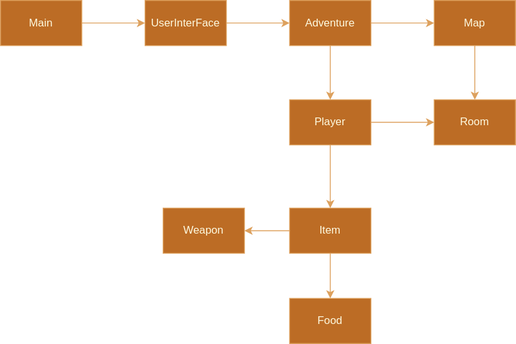
juch0001/Adventure keeps this draw.io diagram as docs/diagrammer.svg. Above is the earlier version. Source tidied: cells renumbered, new cells last; positions are measured from the earlier drawing's top-left corner, leaving out a move shared by most shapes.
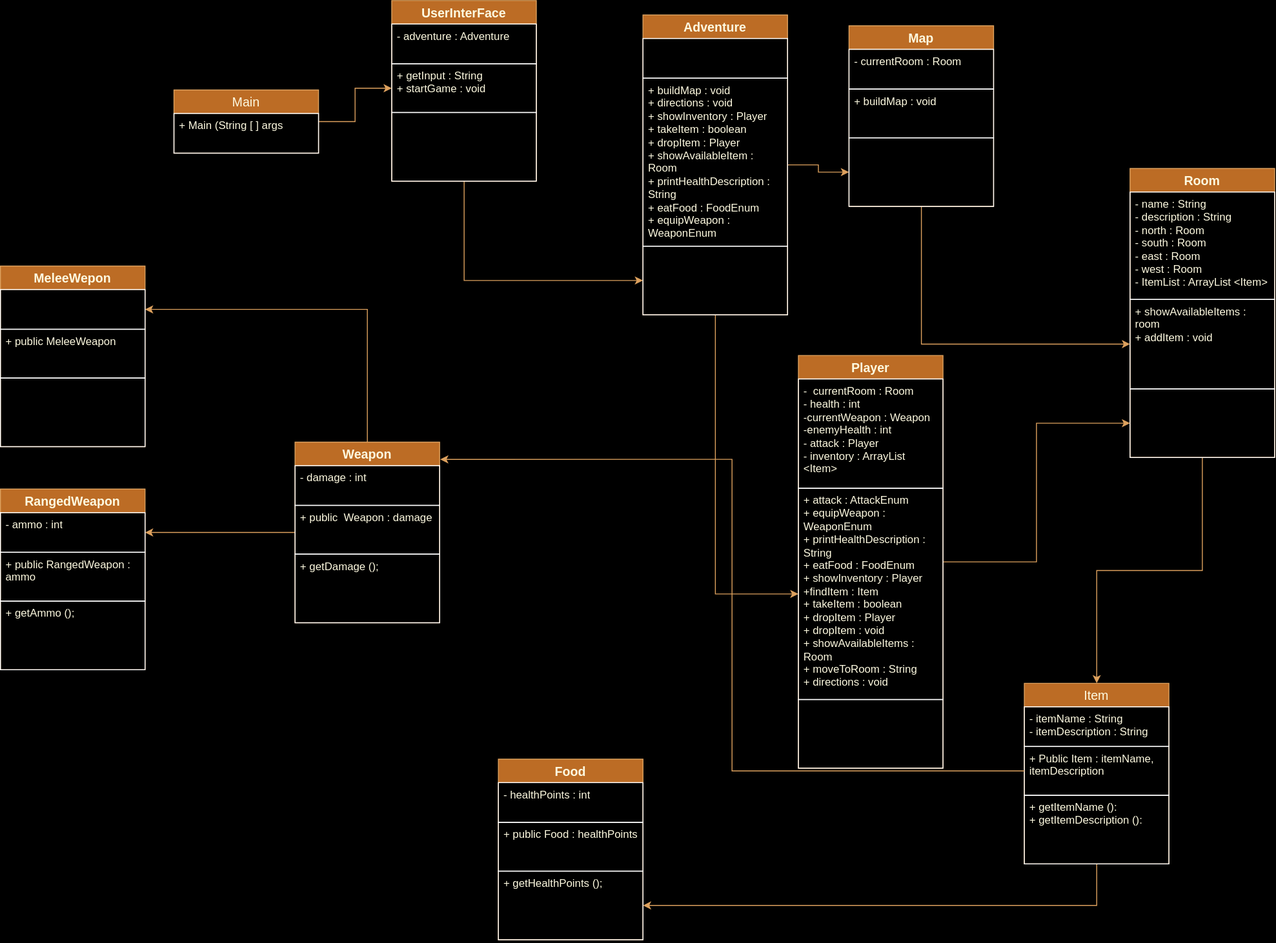
Later version of the same file.

The edit, as a diff of the source:
```diff
@@ -1,60 +1,165 @@
-<mxGraphModel>
+<mxGraphModel background="#000000">
   <root>
     <mxCell id="0" />
     <mxCell id="1" parent="0" />
-    <mxCell id="2" style="edgeStyle=orthogonalEdgeStyle;rounded=0;jettySize=auto;html=1;strokeColor=#DDA15E;fontColor=#FEFAE0;fillColor=#BC6C25;" parent="1" edge="1" source="3" target="5">
-      <mxGeometry relative="1" as="geometry" />
-    </mxCell>
+    <mxCell id="20" style="edgeStyle=orthogonalEdgeStyle;rounded=0;jettySize=auto;html=1;entryX=1;entryY=0.5;entryDx=0;entryDy=0;strokeColor=#DDA15E;fontColor=#FEFAE0;fillColor=#BC6C25;" parent="1" edge="1" source="16" target="49">
+      <mxGeometry relative="1" as="geometry" />
+    </mxCell>
+    <mxCell id="16" value="Item" style="swimlane;fontStyle=0;horizontal=1;startSize=26;align=center;fontSize=14;strokeColor=#DDA15E;fontColor=#FEFAE0;fillColor=#BC6C25;" parent="1" vertex="1">
+      <mxGeometry x="714" y="466" width="160" height="200" as="geometry" />
+    </mxCell>
+    <mxCell id="21" value="- itemName : String&amp;nbsp;&lt;br&gt;- itemDescription : String" style="text;strokeColor=#FFFFFF;fillColor=none;spacingLeft=4;spacingRight=4;overflow=hidden;fontSize=12;whiteSpace=wrap;html=1;fontColor=#FEFAE0;" parent="16" vertex="1">
+      <mxGeometry y="26" width="160" height="44" as="geometry" />
+    </mxCell>
+    <mxCell id="22" value="+ Public Item : itemName, itemDescription" style="text;strokeColor=#FFFFFF;fillColor=none;spacingLeft=4;spacingRight=4;overflow=hidden;points=[[0,0.5],[1,0.5]];portConstraint=eastwest;fontSize=12;whiteSpace=wrap;html=1;fontColor=#FEFAE0;" parent="16" vertex="1">
+      <mxGeometry y="70" width="160" height="54" as="geometry" />
+    </mxCell>
+    <mxCell id="23" value="+ getItemName ():&lt;br&gt;+ getItemDescription ():" style="text;strokeColor=#FFFFFF;fillColor=none;spacingLeft=4;spacingRight=4;overflow=hidden;fontSize=12;whiteSpace=wrap;html=1;fontColor=#FEFAE0;" parent="16" vertex="1">
+      <mxGeometry y="124" width="160" height="76" as="geometry" />
+    </mxCell>
+    <mxCell id="24" style="edgeStyle=orthogonalEdgeStyle;rounded=0;jettySize=auto;html=1;strokeColor=#DDA15E;fontColor=#FEFAE0;fillColor=#BC6C25;" parent="1" edge="1" source="3" target="28">
+      <mxGeometry relative="1" as="geometry" />
+    </mxCell>
-    <mxCell id="3" value="Main" style="rounded=0;whiteSpace=wrap;html=1;labelBackgroundColor=none;fillColor=#BC6C25;strokeColor=#DDA15E;fontColor=#FEFAE0;" parent="1" vertex="1">
-      <mxGeometry width="90" height="50" as="geometry" />
+    <mxCell id="3" value="Main" style="swimlane;fontStyle=0;horizontal=1;startSize=26;align=center;fontSize=14;strokeColor=#DDA15E;fontColor=#FEFAE0;fillColor=#BC6C25;" parent="1" vertex="1">
+      <mxGeometry x="-227" y="-191" width="160" height="70" as="geometry" />
     </mxCell>
-    <mxCell id="4" style="edgeStyle=orthogonalEdgeStyle;rounded=0;jettySize=auto;html=1;strokeColor=#DDA15E;fontColor=#FEFAE0;fillColor=#BC6C25;" parent="1" edge="1" source="5" target="13">
-      <mxGeometry relative="1" as="geometry" />
-    </mxCell>
+    <mxCell id="25" value="+ Main (String [ ] args" style="text;strokeColor=#FFFFFF;fillColor=none;spacingLeft=4;spacingRight=4;overflow=hidden;fontSize=12;whiteSpace=wrap;html=1;fontColor=#FEFAE0;" parent="3" vertex="1">
+      <mxGeometry y="26" width="160" height="44" as="geometry" />
+    </mxCell>
+    <mxCell id="26" style="edgeStyle=orthogonalEdgeStyle;rounded=0;jettySize=auto;html=1;strokeColor=#DDA15E;fontColor=#FEFAE0;fillColor=#BC6C25;" parent="1" edge="1" source="5" target="34">
+      <mxGeometry relative="1" as="geometry" />
+    </mxCell>
-    <mxCell id="5" value="UserInterFace" style="rounded=0;whiteSpace=wrap;html=1;labelBackgroundColor=none;fillColor=#BC6C25;strokeColor=#DDA15E;fontColor=#FEFAE0;" parent="1" vertex="1">
-      <mxGeometry x="160" width="90" height="50" as="geometry" />
+    <mxCell id="5" value="UserInterFace" style="swimlane;fontStyle=1;horizontal=1;startSize=26;align=center;fontSize=14;strokeColor=#DDA15E;fontColor=#FEFAE0;fillColor=#BC6C25;" parent="1" vertex="1">
+      <mxGeometry x="14" y="-290" width="160" height="200" as="geometry" />
     </mxCell>
-    <mxCell id="6" style="edgeStyle=orthogonalEdgeStyle;rounded=0;jettySize=auto;html=1;strokeColor=#DDA15E;fontColor=#FEFAE0;fillColor=#BC6C25;" parent="1" edge="1" source="8" target="10">
-      <mxGeometry relative="1" as="geometry" />
-    </mxCell>
-    <mxCell id="7" style="edgeStyle=orthogonalEdgeStyle;rounded=0;jettySize=auto;html=1;strokeColor=#DDA15E;fontColor=#FEFAE0;fillColor=#BC6C25;" parent="1" edge="1" source="8" target="16">
-      <mxGeometry relative="1" as="geometry" />
-    </mxCell>
+    <mxCell id="27" value="- adventure : Adventure&lt;br&gt;" style="text;strokeColor=#FFFFFF;fillColor=none;spacingLeft=4;spacingRight=4;overflow=hidden;fontSize=12;whiteSpace=wrap;html=1;fontColor=#FEFAE0;" parent="5" vertex="1">
+      <mxGeometry y="26" width="160" height="44" as="geometry" />
+    </mxCell>
+    <mxCell id="28" value="+ getInput : String&lt;br&gt;+ startGame : void&lt;br&gt;" style="text;strokeColor=#FFFFFF;fillColor=none;spacingLeft=4;spacingRight=4;overflow=hidden;points=[[0,0.5],[1,0.5]];portConstraint=eastwest;fontSize=12;whiteSpace=wrap;html=1;fontColor=#FEFAE0;" parent="5" vertex="1">
+      <mxGeometry y="70" width="160" height="54" as="geometry" />
+    </mxCell>
+    <mxCell id="29" style="text;strokeColor=#FFFFFF;fillColor=none;spacingLeft=4;spacingRight=4;overflow=hidden;fontSize=12;whiteSpace=wrap;html=1;fontColor=#FEFAE0;" parent="5" vertex="1">
+      <mxGeometry y="124" width="160" height="76" as="geometry" />
+    </mxCell>
+    <mxCell id="30" style="edgeStyle=orthogonalEdgeStyle;rounded=0;jettySize=auto;html=1;strokeColor=#DDA15E;fontColor=#FEFAE0;fillColor=#BC6C25;" parent="1" edge="1" source="13" target="38">
+      <mxGeometry relative="1" as="geometry" />
+    </mxCell>
+    <mxCell id="31" style="edgeStyle=orthogonalEdgeStyle;rounded=0;jettySize=auto;html=1;strokeColor=#DDA15E;fontColor=#FEFAE0;fillColor=#BC6C25;" parent="1" edge="1" source="13" target="41">
+      <mxGeometry relative="1" as="geometry" />
+    </mxCell>
+    <mxCell id="13" value="Adventure" style="swimlane;fontStyle=1;horizontal=1;startSize=26;align=center;fontSize=14;strokeColor=#DDA15E;fontColor=#FEFAE0;fillColor=#BC6C25;" parent="1" vertex="1">
+      <mxGeometry x="292" y="-274" width="160" height="332" as="geometry" />
+    </mxCell>
+    <mxCell id="32" style="text;strokeColor=#FFFFFF;fillColor=none;spacingLeft=4;spacingRight=4;overflow=hidden;fontSize=12;whiteSpace=wrap;html=1;fontColor=#FEFAE0;" parent="13" vertex="1">
+      <mxGeometry y="26" width="160" height="44" as="geometry" />
+    </mxCell>
+    <mxCell id="33" value="+ buildMap : void&lt;br&gt;+ directions : void&lt;br&gt;+ showInventory : Player&lt;br&gt;+ takeItem : boolean&lt;br&gt;+ dropItem : Player&lt;br&gt;+ showAvailableItem : Room&lt;br&gt;+ printHealthDescription : String&lt;br&gt;+ eatFood : FoodEnum&lt;br&gt;+ equipWeapon : WeaponEnum" style="text;strokeColor=#FFFFFF;fillColor=none;spacingLeft=4;spacingRight=4;overflow=hidden;fontSize=12;whiteSpace=wrap;html=1;fontColor=#FEFAE0;" parent="13" vertex="1">
+      <mxGeometry y="70" width="160" height="186" as="geometry" />
+    </mxCell>
+    <mxCell id="34" style="text;strokeColor=#FFFFFF;fillColor=none;spacingLeft=4;spacingRight=4;overflow=hidden;points=[[0,0.5],[1,0.5]];portConstraint=eastwest;fontSize=12;whiteSpace=wrap;html=1;fontColor=#FEFAE0;" parent="13" vertex="1">
+      <mxGeometry y="256" width="160" height="76" as="geometry" />
+    </mxCell>
+    <mxCell id="35" style="edgeStyle=orthogonalEdgeStyle;rounded=0;jettySize=auto;html=1;strokeColor=#DDA15E;fontColor=#FEFAE0;fillColor=#BC6C25;" parent="1" edge="1" source="18" target="45">
+      <mxGeometry relative="1" as="geometry" />
+    </mxCell>
+    <mxCell id="18" value="Map" style="swimlane;fontStyle=1;horizontal=1;startSize=26;align=center;fontSize=14;strokeColor=#DDA15E;fontColor=#FEFAE0;fillColor=#BC6C25;" parent="1" vertex="1">
+      <mxGeometry x="520" y="-262" width="160" height="200" as="geometry" />
+    </mxCell>
+    <mxCell id="36" value="- currentRoom : Room" style="text;strokeColor=#FFFFFF;fillColor=none;spacingLeft=4;spacingRight=4;overflow=hidden;fontSize=12;whiteSpace=wrap;html=1;fontColor=#FEFAE0;" parent="18" vertex="1">
+      <mxGeometry y="26" width="160" height="44" as="geometry" />
+    </mxCell>
+    <mxCell id="37" value="+ buildMap : void" style="text;strokeColor=#FFFFFF;fillColor=none;spacingLeft=4;spacingRight=4;overflow=hidden;fontSize=12;whiteSpace=wrap;html=1;fontColor=#FEFAE0;" parent="18" vertex="1">
+      <mxGeometry y="70" width="160" height="54" as="geometry" />
+    </mxCell>
+    <mxCell id="38" style="text;strokeColor=#FFFFFF;fillColor=none;spacingLeft=4;spacingRight=4;overflow=hidden;points=[[0,0.5],[1,0.5]];portConstraint=eastwest;fontSize=12;whiteSpace=wrap;html=1;fontColor=#FEFAE0;" parent="18" vertex="1">
+      <mxGeometry y="124" width="160" height="76" as="geometry" />
+    </mxCell>
+    <mxCell id="39" style="edgeStyle=orthogonalEdgeStyle;rounded=0;jettySize=auto;html=1;strokeColor=#DDA15E;fontColor=#FEFAE0;fillColor=#BC6C25;" parent="1" edge="1" source="8" target="46">
+      <mxGeometry relative="1" as="geometry" />
+    </mxCell>
-    <mxCell id="8" value="Player" style="rounded=0;whiteSpace=wrap;html=1;labelBackgroundColor=none;fillColor=#BC6C25;strokeColor=#DDA15E;fontColor=#FEFAE0;" parent="1" vertex="1">
-      <mxGeometry x="320" y="110" width="90" height="50" as="geometry" />
+    <mxCell id="8" value="Player" style="swimlane;fontStyle=1;horizontal=1;startSize=26;align=center;fontSize=14;strokeColor=#DDA15E;fontColor=#FEFAE0;fillColor=#BC6C25;" parent="1" vertex="1">
+      <mxGeometry x="464" y="103" width="160" height="457" as="geometry" />
     </mxCell>
+    <mxCell id="40" value="-&amp;nbsp; currentRoom : Room&lt;br&gt;- health : int&lt;br&gt;-currentWeapon : Weapon&amp;nbsp;&lt;br&gt;-enemyHealth : int&lt;br&gt;- attack : Player&lt;br&gt;- inventory : ArrayList &amp;lt;Item&amp;gt;" style="text;strokeColor=#FFFFFF;fillColor=none;spacingLeft=4;spacingRight=4;overflow=hidden;fontSize=12;whiteSpace=wrap;html=1;fontColor=#FEFAE0;" parent="8" vertex="1">
+      <mxGeometry y="26" width="160" height="121" as="geometry" />
+    </mxCell>
+    <mxCell id="41" value="+ attack : AttackEnum&lt;br&gt;+ equipWeapon : WeaponEnum&lt;br&gt;+ printHealthDescription : String&lt;br&gt;+ eatFood : FoodEnum&lt;br&gt;+ showInventory : Player&lt;br&gt;+findItem : Item&lt;br&gt;+ takeItem : boolean&lt;br&gt;+ dropItem : Player&lt;br&gt;+ dropItem : void&lt;br&gt;+ showAvailableItems : Room&lt;br&gt;+ moveToRoom : String&lt;br&gt;+ directions : void" style="text;strokeColor=#FFFFFF;fillColor=none;spacingLeft=4;spacingRight=4;overflow=hidden;points=[[0,0.5],[1,0.5]];portConstraint=eastwest;fontSize=12;whiteSpace=wrap;html=1;fontColor=#FEFAE0;" parent="8" vertex="1">
+      <mxGeometry y="147" width="160" height="234" as="geometry" />
+    </mxCell>
+    <mxCell id="42" style="text;strokeColor=#FFFFFF;fillColor=none;spacingLeft=4;spacingRight=4;overflow=hidden;fontSize=12;whiteSpace=wrap;html=1;fontColor=#FEFAE0;" parent="8" vertex="1">
+      <mxGeometry y="381" width="160" height="76" as="geometry" />
+    </mxCell>
+    <mxCell id="43" style="edgeStyle=orthogonalEdgeStyle;rounded=0;jettySize=auto;html=1;strokeColor=#DDA15E;fontColor=#FEFAE0;fillColor=#BC6C25;" parent="1" edge="1" source="10" target="16">
+      <mxGeometry relative="1" as="geometry" />
+    </mxCell>
+    <mxCell id="10" value="Room" style="swimlane;fontStyle=1;horizontal=1;startSize=26;align=center;fontSize=14;strokeColor=#DDA15E;fontColor=#FEFAE0;fillColor=#BC6C25;" parent="1" vertex="1">
+      <mxGeometry x="831" y="-104" width="160" height="320" as="geometry" />
+    </mxCell>
+    <mxCell id="44" value="- name : String&lt;br&gt;- description : String&lt;br&gt;- north : Room&lt;br&gt;- south : Room&lt;br&gt;- east : Room&lt;br&gt;- west : Room&lt;br&gt;- ItemList : ArrayList &amp;lt;Item&amp;gt;" style="text;strokeColor=#FFFFFF;fillColor=none;spacingLeft=4;spacingRight=4;overflow=hidden;fontSize=12;whiteSpace=wrap;html=1;fontColor=#FEFAE0;" parent="10" vertex="1">
+      <mxGeometry y="26" width="160" height="119" as="geometry" />
+    </mxCell>
+    <mxCell id="45" value="+ showAvailableItems : room&lt;br&gt;+ addItem : void" style="text;strokeColor=#FFFFFF;fillColor=none;spacingLeft=4;spacingRight=4;overflow=hidden;points=[[0,0.5],[1,0.5]];portConstraint=eastwest;fontSize=12;whiteSpace=wrap;html=1;fontColor=#FEFAE0;" parent="10" vertex="1">
+      <mxGeometry y="145" width="160" height="99" as="geometry" />
+    </mxCell>
+    <mxCell id="46" style="text;strokeColor=#FFFFFF;fillColor=none;spacingLeft=4;spacingRight=4;overflow=hidden;points=[[0,0.5],[1,0.5]];portConstraint=eastwest;fontSize=12;whiteSpace=wrap;html=1;fontColor=#FEFAE0;" parent="10" vertex="1">
+      <mxGeometry y="244" width="160" height="76" as="geometry" />
+    </mxCell>
-    <mxCell id="9" value="Food" style="rounded=0;whiteSpace=wrap;html=1;labelBackgroundColor=none;fillColor=#BC6C25;strokeColor=#DDA15E;fontColor=#FEFAE0;" parent="1" vertex="1">
-      <mxGeometry x="320" y="330" width="90" height="50" as="geometry" />
+    <mxCell id="9" value="Food" style="swimlane;fontStyle=1;horizontal=1;startSize=26;align=center;fontSize=14;strokeColor=#DDA15E;fontColor=#FEFAE0;fillColor=#BC6C25;" parent="1" vertex="1">
+      <mxGeometry x="132" y="550" width="160" height="200" as="geometry" />
     </mxCell>
-    <mxCell id="10" value="Room" style="rounded=0;whiteSpace=wrap;html=1;labelBackgroundColor=none;fillColor=#BC6C25;strokeColor=#DDA15E;fontColor=#FEFAE0;" parent="1" vertex="1">
-      <mxGeometry x="480" y="110" width="90" height="50" as="geometry" />
-    </mxCell>
-    <mxCell id="11" style="edgeStyle=orthogonalEdgeStyle;rounded=0;jettySize=auto;html=1;strokeColor=#DDA15E;fontColor=#FEFAE0;fillColor=#BC6C25;" parent="1" edge="1" source="13" target="18">
-      <mxGeometry relative="1" as="geometry" />
-    </mxCell>
-    <mxCell id="12" style="edgeStyle=orthogonalEdgeStyle;rounded=0;jettySize=auto;html=1;strokeColor=#DDA15E;fontColor=#FEFAE0;fillColor=#BC6C25;" parent="1" edge="1" source="13" target="8">
-      <mxGeometry relative="1" as="geometry" />
-    </mxCell>
-    <mxCell id="13" value="Adventure" style="rounded=0;whiteSpace=wrap;html=1;labelBackgroundColor=none;fillColor=#BC6C25;strokeColor=#DDA15E;fontColor=#FEFAE0;" parent="1" vertex="1">
-      <mxGeometry x="320" width="90" height="50" as="geometry" />
-    </mxCell>
-    <mxCell id="14" style="edgeStyle=orthogonalEdgeStyle;rounded=0;jettySize=auto;html=1;strokeColor=#DDA15E;fontColor=#FEFAE0;fillColor=#BC6C25;" parent="1" edge="1" source="16" target="19">
-      <mxGeometry relative="1" as="geometry" />
-    </mxCell>
-    <mxCell id="15" style="edgeStyle=orthogonalEdgeStyle;rounded=0;jettySize=auto;html=1;strokeColor=#DDA15E;fontColor=#FEFAE0;fillColor=#BC6C25;" parent="1" edge="1" source="16" target="9">
-      <mxGeometry relative="1" as="geometry" />
-    </mxCell>
-    <mxCell id="16" value="Item" style="rounded=0;whiteSpace=wrap;html=1;labelBackgroundColor=none;fillColor=#BC6C25;strokeColor=#DDA15E;fontColor=#FEFAE0;" parent="1" vertex="1">
-      <mxGeometry x="320" y="230" width="90" height="50" as="geometry" />
-    </mxCell>
-    <mxCell id="17" style="edgeStyle=orthogonalEdgeStyle;rounded=0;jettySize=auto;html=1;strokeColor=#DDA15E;fontColor=#FEFAE0;fillColor=#BC6C25;" parent="1" edge="1" source="18" target="10">
-      <mxGeometry relative="1" as="geometry" />
-    </mxCell>
-    <mxCell id="18" value="Map" style="rounded=0;whiteSpace=wrap;html=1;labelBackgroundColor=none;fillColor=#BC6C25;strokeColor=#DDA15E;fontColor=#FEFAE0;" parent="1" vertex="1">
-      <mxGeometry x="480" width="90" height="50" as="geometry" />
-    </mxCell>
+    <mxCell id="47" value="- healthPoints : int" style="text;strokeColor=#FFFFFF;fillColor=none;spacingLeft=4;spacingRight=4;overflow=hidden;fontSize=12;whiteSpace=wrap;html=1;fontColor=#FEFAE0;" parent="9" vertex="1">
+      <mxGeometry y="26" width="160" height="44" as="geometry" />
+    </mxCell>
+    <mxCell id="48" value="+ public Food : healthPoints" style="text;strokeColor=#FFFFFF;fillColor=none;spacingLeft=4;spacingRight=4;overflow=hidden;fontSize=12;whiteSpace=wrap;html=1;fontColor=#FEFAE0;" parent="9" vertex="1">
+      <mxGeometry y="70" width="160" height="54" as="geometry" />
+    </mxCell>
+    <mxCell id="49" value="+ getHealthPoints ();" style="text;strokeColor=#FFFFFF;fillColor=none;spacingLeft=4;spacingRight=4;overflow=hidden;points=[[0,0.5],[1,0.5]];portConstraint=eastwest;fontSize=12;whiteSpace=wrap;html=1;fontColor=#FEFAE0;" parent="9" vertex="1">
+      <mxGeometry y="124" width="160" height="76" as="geometry" />
+    </mxCell>
+    <mxCell id="50" style="edgeStyle=orthogonalEdgeStyle;rounded=0;jettySize=auto;html=1;strokeColor=#DDA15E;fontColor=#FEFAE0;fillColor=#BC6C25;" parent="1" edge="1" source="19" target="57">
+      <mxGeometry relative="1" as="geometry" />
+    </mxCell>
+    <mxCell id="51" style="edgeStyle=orthogonalEdgeStyle;rounded=0;jettySize=auto;html=1;entryX=1;entryY=0.5;entryDx=0;entryDy=0;strokeColor=#DDA15E;fontColor=#FEFAE0;fillColor=#BC6C25;" parent="1" edge="1" source="19" target="61">
+      <mxGeometry relative="1" as="geometry" />
+    </mxCell>
-    <mxCell id="19" value="Weapon" style="rounded=0;whiteSpace=wrap;html=1;labelBackgroundColor=none;fillColor=#BC6C25;strokeColor=#DDA15E;fontColor=#FEFAE0;" parent="1" vertex="1">
-      <mxGeometry x="180" y="230" width="90" height="50" as="geometry" />
+    <mxCell id="19" value="Weapon" style="swimlane;fontStyle=1;horizontal=1;startSize=26;align=center;fontSize=14;strokeColor=#DDA15E;fontColor=#FEFAE0;fillColor=#BC6C25;" parent="1" vertex="1">
+      <mxGeometry x="-93" y="199" width="160" height="200" as="geometry" />
     </mxCell>
+    <mxCell id="52" value="- damage : int&amp;nbsp;" style="text;strokeColor=#FFFFFF;fillColor=none;spacingLeft=4;spacingRight=4;overflow=hidden;points=[[0,0.5],[1,0.5]];portConstraint=eastwest;fontSize=12;whiteSpace=wrap;html=1;fontColor=#FEFAE0;" parent="19" vertex="1">
+      <mxGeometry y="26" width="160" height="44" as="geometry" />
+    </mxCell>
+    <mxCell id="53" value="+ public&amp;nbsp; Weapon : damage" style="text;strokeColor=#FFFFFF;fillColor=none;spacingLeft=4;spacingRight=4;overflow=hidden;fontSize=12;whiteSpace=wrap;html=1;fontColor=#FEFAE0;" parent="19" vertex="1">
+      <mxGeometry y="70" width="160" height="54" as="geometry" />
+    </mxCell>
+    <mxCell id="54" value="+ getDamage ();" style="text;strokeColor=#FFFFFF;fillColor=none;spacingLeft=4;spacingRight=4;overflow=hidden;fontSize=12;whiteSpace=wrap;html=1;fontColor=#FEFAE0;" parent="19" vertex="1">
+      <mxGeometry y="124" width="160" height="76" as="geometry" />
+    </mxCell>
+    <mxCell id="55" style="edgeStyle=orthogonalEdgeStyle;rounded=0;jettySize=auto;html=1;entryX=1.004;entryY=-0.157;entryDx=0;entryDy=0;entryPerimeter=0;strokeColor=#DDA15E;fontColor=#FEFAE0;fillColor=#BC6C25;" parent="1" edge="1" source="22" target="52">
+      <mxGeometry relative="1" as="geometry" />
+    </mxCell>
+    <mxCell id="56" value="RangedWeapon" style="swimlane;fontStyle=1;horizontal=1;startSize=26;align=center;fontSize=14;strokeColor=#DDA15E;fontColor=#FEFAE0;fillColor=#BC6C25;" parent="1" vertex="1">
+      <mxGeometry x="-419" y="251" width="160" height="200" as="geometry" />
+    </mxCell>
+    <mxCell id="57" value="- ammo : int" style="text;strokeColor=#FFFFFF;fillColor=none;spacingLeft=4;spacingRight=4;overflow=hidden;points=[[0,0.5],[1,0.5]];portConstraint=eastwest;fontSize=12;whiteSpace=wrap;html=1;fontColor=#FEFAE0;" parent="56" vertex="1">
+      <mxGeometry y="26" width="160" height="44" as="geometry" />
+    </mxCell>
+    <mxCell id="58" value="+ public RangedWeapon : ammo&amp;nbsp;" style="text;strokeColor=#FFFFFF;fillColor=none;spacingLeft=4;spacingRight=4;overflow=hidden;fontSize=12;whiteSpace=wrap;html=1;fontColor=#FEFAE0;" parent="56" vertex="1">
+      <mxGeometry y="70" width="160" height="54" as="geometry" />
+    </mxCell>
+    <mxCell id="59" value="+ getAmmo ();" style="text;strokeColor=#FFFFFF;fillColor=none;spacingLeft=4;spacingRight=4;overflow=hidden;fontSize=12;whiteSpace=wrap;html=1;fontColor=#FEFAE0;" parent="56" vertex="1">
+      <mxGeometry y="124" width="160" height="76" as="geometry" />
+    </mxCell>
+    <mxCell id="60" value="MeleeWepon" style="swimlane;fontStyle=1;horizontal=1;startSize=26;align=center;fontSize=14;strokeColor=#DDA15E;fontColor=#FEFAE0;fillColor=#BC6C25;" parent="1" vertex="1">
+      <mxGeometry x="-419" y="4" width="160" height="200" as="geometry" />
+    </mxCell>
+    <mxCell id="61" style="text;strokeColor=#FFFFFF;fillColor=none;spacingLeft=4;spacingRight=4;overflow=hidden;points=[[0,0.5],[1,0.5]];portConstraint=eastwest;fontSize=12;whiteSpace=wrap;html=1;fontColor=#FEFAE0;" parent="60" vertex="1">
+      <mxGeometry y="26" width="160" height="44" as="geometry" />
+    </mxCell>
+    <mxCell id="62" value="+ public MeleeWeapon&amp;nbsp;" style="text;strokeColor=#FFFFFF;fillColor=none;spacingLeft=4;spacingRight=4;overflow=hidden;fontSize=12;whiteSpace=wrap;html=1;fontColor=#FEFAE0;" parent="60" vertex="1">
+      <mxGeometry y="70" width="160" height="54" as="geometry" />
+    </mxCell>
+    <mxCell id="63" style="text;strokeColor=#FFFFFF;fillColor=none;spacingLeft=4;spacingRight=4;overflow=hidden;fontSize=12;whiteSpace=wrap;html=1;fontColor=#FEFAE0;" parent="60" vertex="1">
+      <mxGeometry y="124" width="160" height="76" as="geometry" />
+    </mxCell>
   </root>
 </mxGraphModel>
```
